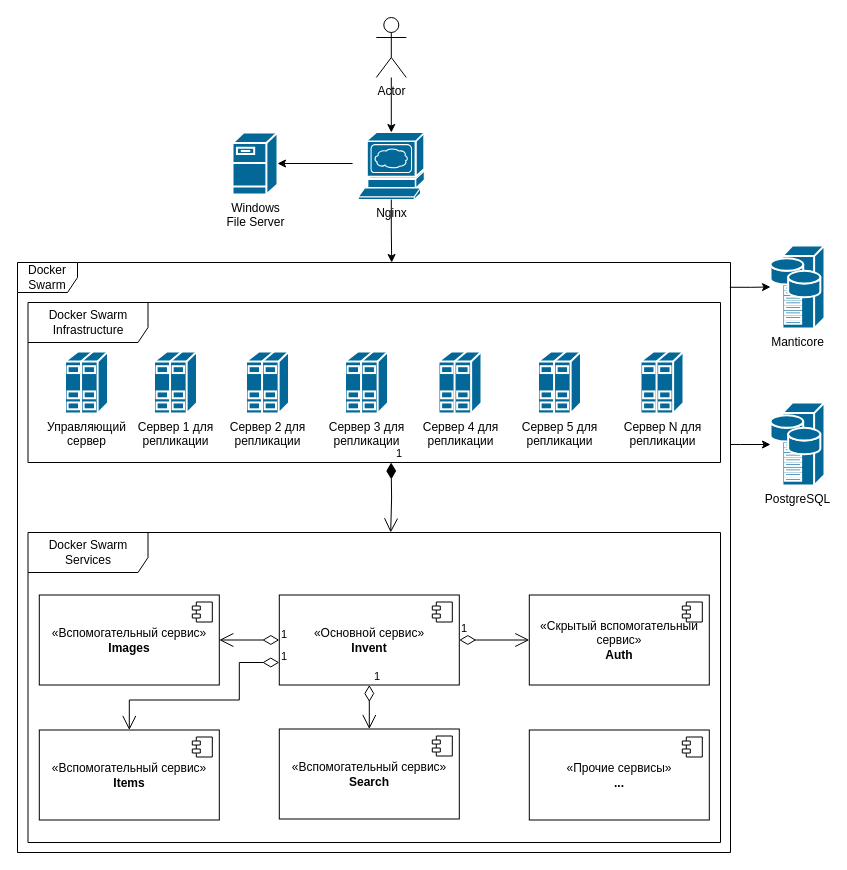
Before: page "Страница — 1" (1 of 2) of Диаграмма без названия.drawio in krasov-rf/EDU, a draw.io diagram. Source tidied: cells renumbered, new cells numbered last; positions are measured from the earlier drawing's top-left corner, leaving out a move shared by most shapes. Both pictures are drawn from the tidied source at 100%, with x=0, y=0 at pixel (17, 17).
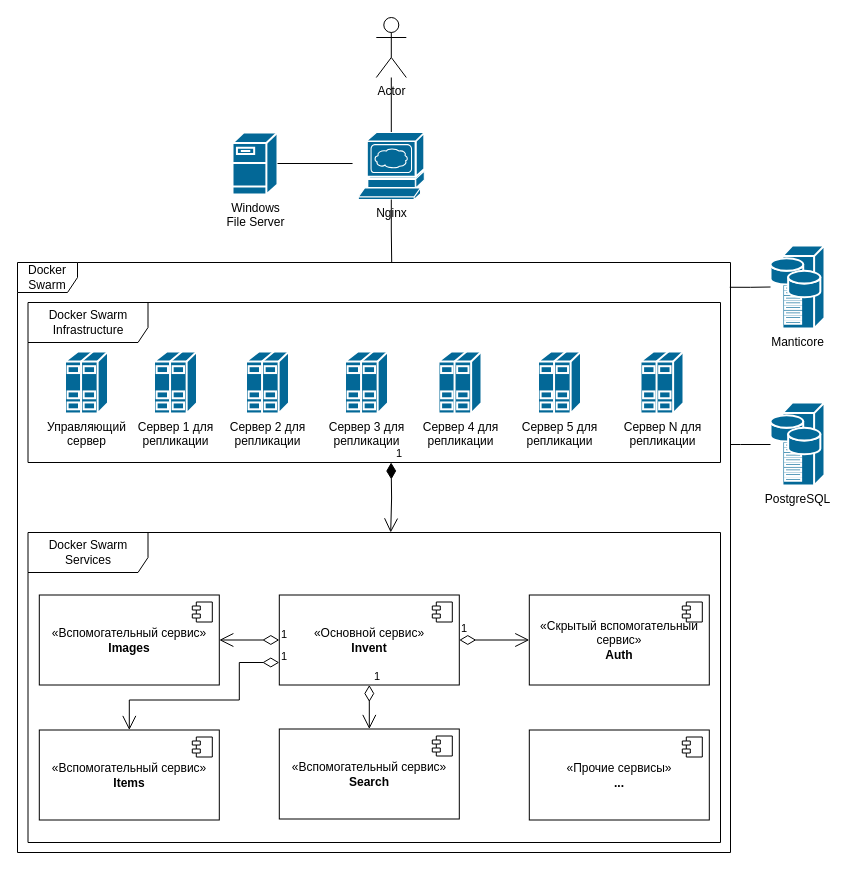
Above is the later version.

Unchanged cells that the change refers to:
```xml
<mxCell id="20" value="Windows &lt;br&gt;File Server" style="shape=mxgraph.cisco.servers.fileserver;sketch=0;html=1;dashed=0;fillColor=#036897;strokeColor=#ffffff;strokeWidth=2;verticalLabelPosition=bottom;verticalAlign=top;align=center;outlineConnect=0;" parent="1" vertex="1">
  <mxGeometry x="215" y="115" width="45" height="62" as="geometry" />
</mxCell>
<mxCell id="21" value="Manticore" style="shape=mxgraph.cisco.servers.storage_server;sketch=0;html=1;dashed=0;fillColor=#036897;strokeColor=#ffffff;strokeWidth=2;verticalLabelPosition=bottom;verticalAlign=top;align=center;outlineConnect=0;" parent="1" vertex="1">
  <mxGeometry x="753" y="228" width="54" height="83" as="geometry" />
</mxCell>
<mxCell id="27" value="PostgreSQL" style="shape=mxgraph.cisco.servers.storage_server;sketch=0;html=1;dashed=0;fillColor=#036897;strokeColor=#ffffff;strokeWidth=2;verticalLabelPosition=bottom;verticalAlign=top;align=center;outlineConnect=0;" parent="1" vertex="1">
  <mxGeometry x="753" y="385" width="54" height="83" as="geometry" />
</mxCell>
<mxCell id="30" value="Docker Swarm" style="shape=umlFrame;whiteSpace=wrap;html=1;" parent="1" vertex="1">
  <mxGeometry y="245" width="713" height="590" as="geometry" />
</mxCell>
<mxCell id="36" value="Actor" style="shape=umlActor;verticalLabelPosition=bottom;verticalAlign=top;html=1;" parent="1" vertex="1">
  <mxGeometry x="358.8" width="30" height="60" as="geometry" />
</mxCell>
<mxCell id="37" value="Nginx" style="shape=mxgraph.cisco.servers.www_server;sketch=0;html=1;dashed=0;fillColor=#036897;strokeColor=#ffffff;strokeWidth=2;verticalLabelPosition=bottom;verticalAlign=top;align=center;outlineConnect=0;" parent="1" vertex="1">
  <mxGeometry x="340.8" y="115" width="66" height="67" as="geometry" />
</mxCell>
```

The edit, as a diff of the source:
```diff
@@
-    <mxCell id="28" style="edgeStyle=orthogonalEdgeStyle;rounded=0;jettySize=auto;html=1;exitX=0.999;exitY=0.042;exitDx=0;exitDy=0;exitPerimeter=0;" parent="1" edge="1" source="30" target="21">
+    <mxCell id="28" style="edgeStyle=orthogonalEdgeStyle;rounded=0;jettySize=auto;html=1;exitX=0.999;exitY=0.042;exitDx=0;exitDy=0;exitPerimeter=0;endArrow=none;endFill=0;" parent="1" edge="1" source="30" target="21">
       <mxGeometry relative="1" as="geometry" />
     </mxCell>
-    <mxCell id="29" style="edgeStyle=orthogonalEdgeStyle;rounded=0;jettySize=auto;html=1;" parent="1" edge="1" source="30" target="27">
+    <mxCell id="29" style="edgeStyle=orthogonalEdgeStyle;rounded=0;jettySize=auto;html=1;endArrow=none;endFill=0;" parent="1" edge="1" source="30" target="27">
       <mxGeometry relative="1" as="geometry">
         <Array as="points">
           <mxPoint x="723" y="427" />
           <mxPoint x="723" y="427" />
         </Array>
       </mxGeometry>
     </mxCell>
@@
-    <mxCell id="34" style="edgeStyle=orthogonalEdgeStyle;rounded=0;jettySize=auto;html=1;entryX=1;entryY=0.5;entryDx=0;entryDy=0;entryPerimeter=0;exitX=-0.087;exitY=0.463;exitDx=0;exitDy=0;exitPerimeter=0;" parent="1" edge="1" source="37" target="20">
+    <mxCell id="34" style="edgeStyle=orthogonalEdgeStyle;rounded=0;jettySize=auto;html=1;entryX=1;entryY=0.5;entryDx=0;entryDy=0;entryPerimeter=0;exitX=-0.087;exitY=0.463;exitDx=0;exitDy=0;exitPerimeter=0;endArrow=none;endFill=0;" parent="1" edge="1" source="37" target="20">
       <mxGeometry relative="1" as="geometry" />
     </mxCell>
-    <mxCell id="35" style="edgeStyle=orthogonalEdgeStyle;rounded=0;jettySize=auto;html=1;entryX=0.5;entryY=0;entryDx=0;entryDy=0;entryPerimeter=0;" parent="1" edge="1" source="36" target="37">
+    <mxCell id="35" style="edgeStyle=orthogonalEdgeStyle;rounded=0;jettySize=auto;html=1;entryX=0.5;entryY=0;entryDx=0;entryDy=0;entryPerimeter=0;endArrow=none;endFill=0;" parent="1" edge="1" source="36" target="37">
       <mxGeometry relative="1" as="geometry" />
     </mxCell>
@@
-    <mxCell id="38" style="edgeStyle=orthogonalEdgeStyle;rounded=0;jettySize=auto;html=1;exitX=0.5;exitY=1;exitDx=0;exitDy=0;exitPerimeter=0;entryX=0.55;entryY=0;entryDx=0;entryDy=0;entryPerimeter=0;" parent="1" edge="1" source="37">
+    <mxCell id="38" style="edgeStyle=orthogonalEdgeStyle;rounded=0;jettySize=auto;html=1;exitX=0.5;exitY=1;exitDx=0;exitDy=0;exitPerimeter=0;entryX=0.55;entryY=0;entryDx=0;entryDy=0;entryPerimeter=0;endArrow=none;endFill=0;" parent="1" edge="1" source="37">
       <mxGeometry relative="1" as="geometry">
         <mxPoint x="374.2" y="245" as="targetPoint" />
       </mxGeometry>
     </mxCell>
```
